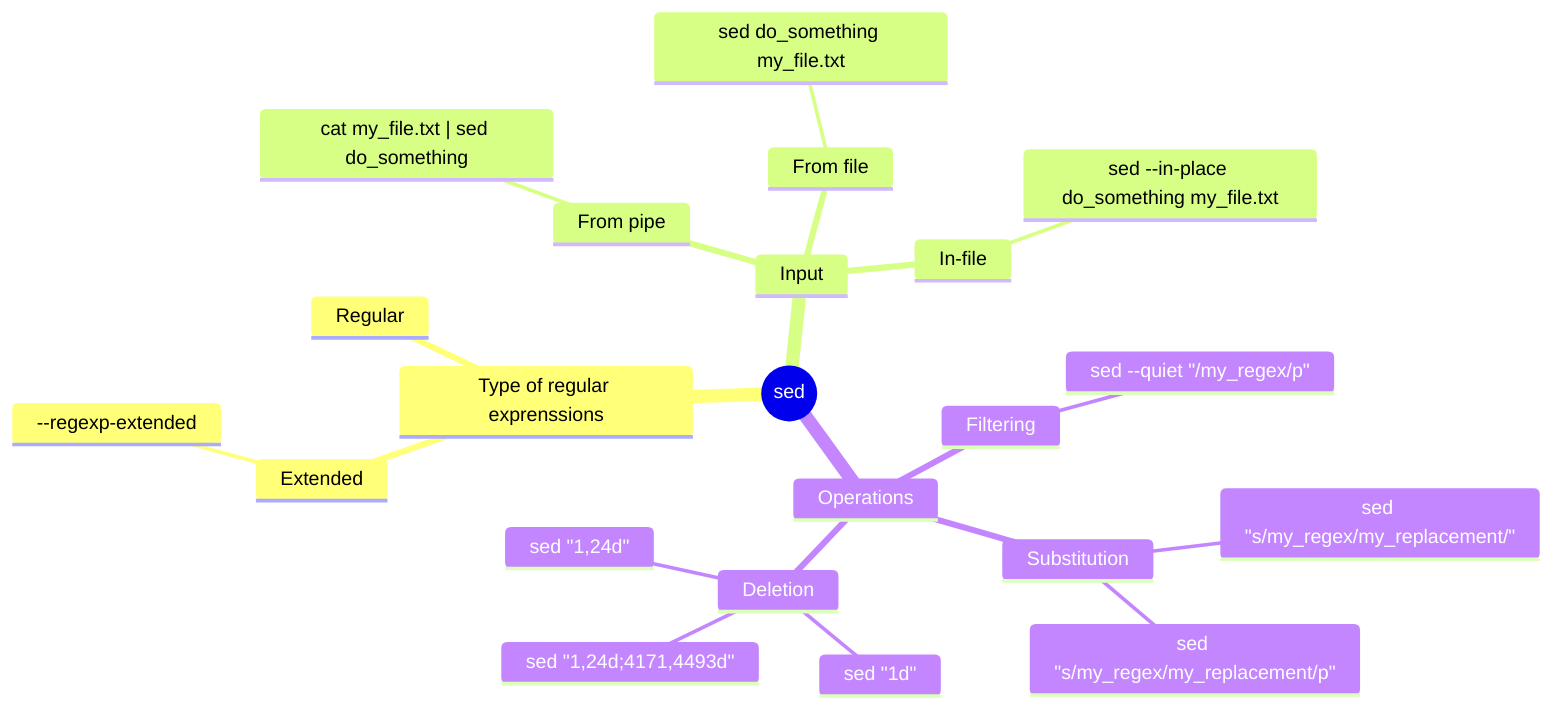
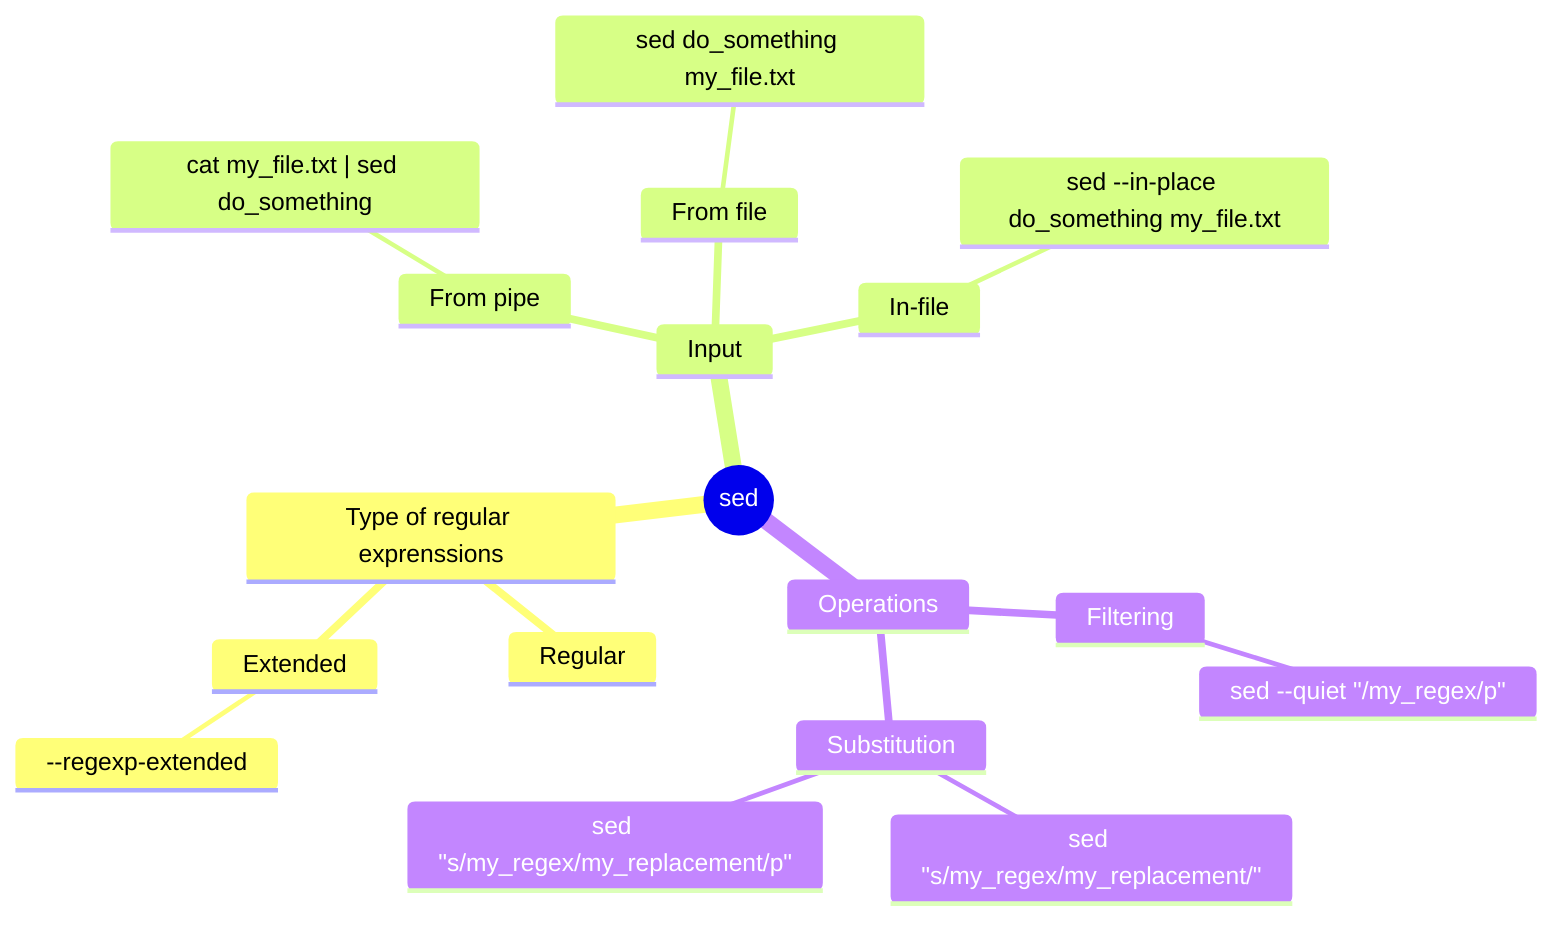
mindmap
  root((sed))
    Type of regular exprenssions
      Regular
      Extended
        --regexp-extended
    Input
      From pipe
        cat my_file.txt | sed do_something
      From file
        sed do_something my_file.txt
      In-file
        sed --in-place do_something my_file.txt
    Operations
      Filtering
        sed --quiet "/my_regex/p"
      Substitution
        sed "s/my_regex/my_replacement/"
        sed "s/my_regex/my_replacement/p"
-       Deletion
-         sed "1d"
-         sed "1,24d"
-         sed "1,24d;4171,4493d"
